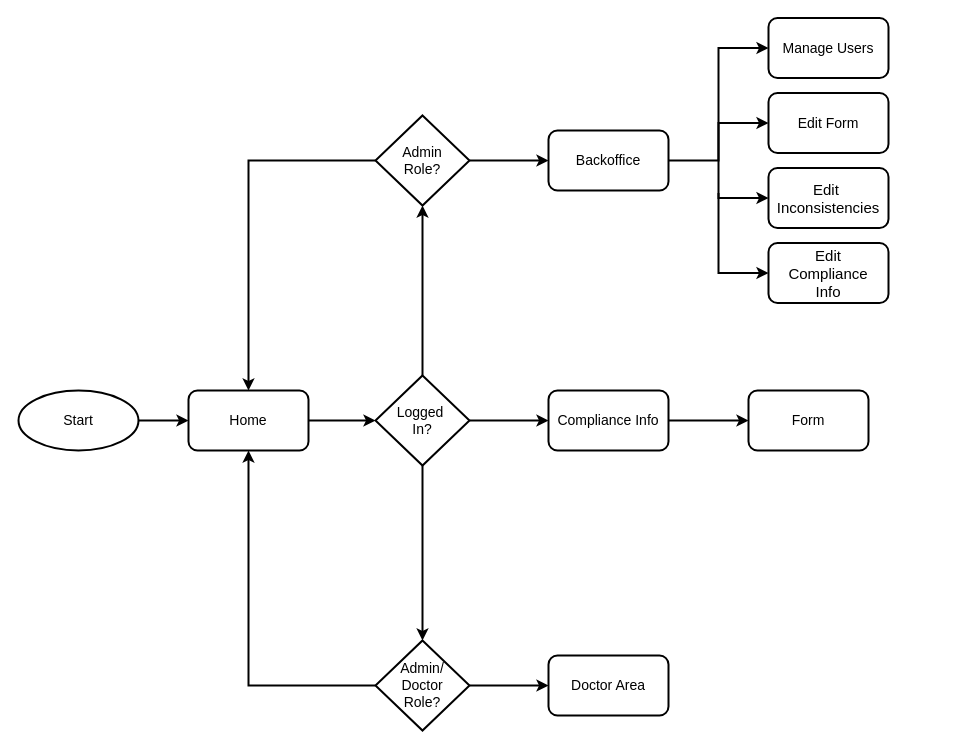
The draw.io diagram docs/report/figures/userNavigation.drawio in dadiva-team/dadiva-ipo, before the edit. Source tidied: cells renumbered, new cells numbered last; positions are measured from the earlier drawing's top-left corner, leaving out a move shared by most shapes. Both pictures are drawn from the tidied source at 100%, with x=0, y=0 at pixel (18, 18).
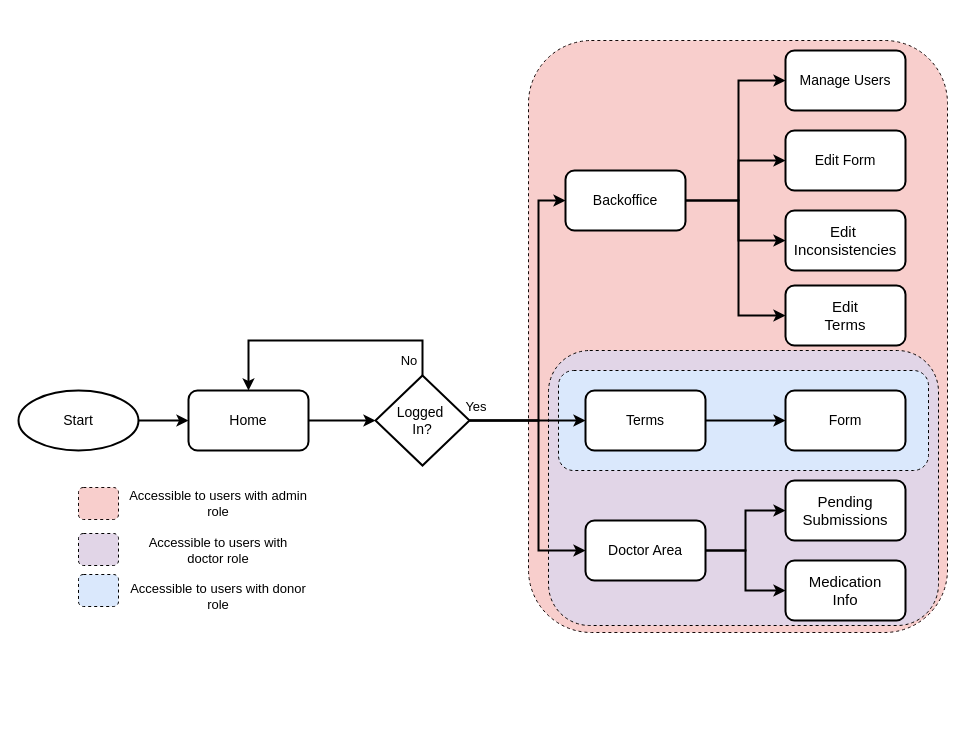
The same diagram, later.

Unchanged cells that the change refers to:
```xml
<mxCell id="5" value="&lt;font style=&quot;font-size: 14px;&quot;&gt;Home&lt;/font&gt;" style="rounded=1;whiteSpace=wrap;html=1;strokeWidth=2;" parent="1" vertex="1">
  <mxGeometry x="170" y="372" width="120" height="60" as="geometry" />
</mxCell>
<mxCell id="9" value="&lt;font style=&quot;font-size: 14px;&quot;&gt;Logged&amp;nbsp;&lt;/font&gt;&lt;div style=&quot;font-size: 14px;&quot;&gt;&lt;font style=&quot;font-size: 14px;&quot;&gt;In?&lt;/font&gt;&lt;/div&gt;" style="rhombus;whiteSpace=wrap;html=1;strokeWidth=2;" parent="1" vertex="1">
  <mxGeometry x="357" y="357" width="94" height="90" as="geometry" />
</mxCell>
```

Diff of the diagram source:
```diff
@@
+    <mxCell id="28" style="rounded=1;whiteSpace=wrap;html=1;fillColor=#f8cecc;strokeColor=#140909;dashed=1;" parent="1" vertex="1">
+      <mxGeometry x="510" y="22" width="419" height="592" as="geometry" />
+    </mxCell>
+    <mxCell id="29" style="rounded=1;whiteSpace=wrap;html=1;fillColor=#e1d5e7;strokeColor=#000000;dashed=1;" parent="1" vertex="1">
+      <mxGeometry x="530" y="332" width="390" height="275" as="geometry" />
+    </mxCell>
+    <mxCell id="30" style="rounded=1;whiteSpace=wrap;html=1;fillColor=#dae8fc;strokeColor=#000000;dashed=1;" parent="1" vertex="1">
+      <mxGeometry x="540" y="352" width="370" height="100" as="geometry" />
+    </mxCell>
@@
-    <mxCell id="7" style="edgeStyle=orthogonalEdgeStyle;rounded=0;jettySize=auto;html=1;exitX=0.5;exitY=0;exitDx=0;exitDy=0;entryX=0.5;entryY=1;entryDx=0;entryDy=0;strokeWidth=2;" parent="1" edge="1" source="9" target="17">
-      <mxGeometry relative="1" as="geometry" />
-    </mxCell>
-    <mxCell id="8" style="edgeStyle=orthogonalEdgeStyle;rounded=0;jettySize=auto;html=1;exitX=0.5;exitY=1;exitDx=0;exitDy=0;entryX=0.5;entryY=0;entryDx=0;entryDy=0;strokeWidth=2;" parent="1" edge="1" source="9" target="20">
-      <mxGeometry relative="1" as="geometry" />
-    </mxCell>
+    <mxCell id="31" style="edgeStyle=orthogonalEdgeStyle;rounded=0;jettySize=auto;html=1;exitX=0.5;exitY=0;exitDx=0;exitDy=0;entryX=0.5;entryY=0;entryDx=0;entryDy=0;strokeWidth=2;" parent="1" edge="1" source="9" target="5">
+      <mxGeometry relative="1" as="geometry">
+        <Array as="points">
+          <mxPoint x="404" y="322" />
+          <mxPoint x="230" y="322" />
+        </Array>
+      </mxGeometry>
+    </mxCell>
+    <mxCell id="32" style="edgeStyle=orthogonalEdgeStyle;rounded=0;jettySize=auto;html=1;exitX=1;exitY=0.5;exitDx=0;exitDy=0;entryX=0;entryY=0.5;entryDx=0;entryDy=0;strokeWidth=2;" parent="1" edge="1" source="9" target="13">
+      <mxGeometry relative="1" as="geometry">
+        <Array as="points">
+          <mxPoint x="520" y="402" />
+          <mxPoint x="520" y="182" />
+        </Array>
+      </mxGeometry>
+    </mxCell>
+    <mxCell id="33" style="edgeStyle=orthogonalEdgeStyle;rounded=0;jettySize=auto;html=1;exitX=1;exitY=0.5;exitDx=0;exitDy=0;entryX=0;entryY=0.5;entryDx=0;entryDy=0;strokeWidth=2;" parent="1" edge="1" source="9" target="14">
+      <mxGeometry relative="1" as="geometry">
+        <Array as="points">
+          <mxPoint x="520" y="402" />
+          <mxPoint x="520" y="532" />
+        </Array>
+      </mxGeometry>
+    </mxCell>
@@
-    <mxCell id="11" value="&lt;font style=&quot;font-size: 14px;&quot;&gt;Compliance Info&lt;/font&gt;" style="rounded=1;whiteSpace=wrap;html=1;strokeWidth=2;" parent="1" vertex="1">
-      <mxGeometry x="530" y="372" width="120" height="60" as="geometry" />
+    <mxCell id="11" value="&lt;font style=&quot;font-size: 14px;&quot;&gt;Terms&lt;/font&gt;" style="rounded=1;whiteSpace=wrap;html=1;strokeWidth=2;" parent="1" vertex="1">
+      <mxGeometry x="567" y="372" width="120" height="60" as="geometry" />
     </mxCell>
     <mxCell id="12" style="edgeStyle=orthogonalEdgeStyle;rounded=0;jettySize=auto;html=1;exitX=1;exitY=0.5;exitDx=0;exitDy=0;entryX=0;entryY=0.5;entryDx=0;entryDy=0;strokeWidth=2;" parent="1" edge="1" source="13" target="21">
-      <mxGeometry relative="1" as="geometry" />
+      <mxGeometry relative="1" as="geometry">
+        <Array as="points">
+          <mxPoint x="720" y="182" />
+          <mxPoint x="720" y="142" />
+        </Array>
+      </mxGeometry>
     </mxCell>
     <mxCell id="13" value="&lt;font style=&quot;font-size: 14px;&quot;&gt;Backoffice&lt;/font&gt;" style="rounded=1;whiteSpace=wrap;html=1;strokeWidth=2;" parent="1" vertex="1">
-      <mxGeometry x="530" y="112" width="120" height="60" as="geometry" />
+      <mxGeometry x="547" y="152" width="120" height="60" as="geometry" />
     </mxCell>
+    <mxCell id="34" style="edgeStyle=orthogonalEdgeStyle;rounded=0;jettySize=auto;html=1;exitX=1;exitY=0.5;exitDx=0;exitDy=0;entryX=0;entryY=0.5;entryDx=0;entryDy=0;strokeWidth=2;" parent="1" edge="1" source="14" target="36">
+      <mxGeometry relative="1" as="geometry" />
+    </mxCell>
+    <mxCell id="35" style="edgeStyle=orthogonalEdgeStyle;rounded=0;jettySize=auto;html=1;exitX=1;exitY=0.5;exitDx=0;exitDy=0;strokeWidth=2;" parent="1" edge="1" source="14" target="37">
+      <mxGeometry relative="1" as="geometry" />
+    </mxCell>
     <mxCell id="14" value="&lt;font style=&quot;font-size: 14px;&quot;&gt;Doctor Area&lt;/font&gt;" style="rounded=1;whiteSpace=wrap;html=1;strokeWidth=2;" parent="1" vertex="1">
-      <mxGeometry x="530" y="637" width="120" height="60" as="geometry" />
+      <mxGeometry x="567" y="502" width="120" height="60" as="geometry" />
     </mxCell>
-    <mxCell id="15" style="edgeStyle=orthogonalEdgeStyle;rounded=0;jettySize=auto;html=1;exitX=1;exitY=0.5;exitDx=0;exitDy=0;entryX=0;entryY=0.5;entryDx=0;entryDy=0;strokeWidth=2;" parent="1" edge="1" source="17" target="13">
-      <mxGeometry relative="1" as="geometry" />
-    </mxCell>
-    <mxCell id="16" style="edgeStyle=orthogonalEdgeStyle;rounded=0;jettySize=auto;html=1;exitX=0;exitY=0.5;exitDx=0;exitDy=0;entryX=0.5;entryY=0;entryDx=0;entryDy=0;strokeWidth=2;" parent="1" edge="1" source="17" target="5">
-      <mxGeometry relative="1" as="geometry" />
-    </mxCell>
-    <mxCell id="17" value="&lt;font style=&quot;font-size: 14px;&quot;&gt;Admin&lt;/font&gt;&lt;div style=&quot;font-size: 14px;&quot;&gt;&lt;font style=&quot;font-size: 14px;&quot;&gt;Role?&lt;/font&gt;&lt;/div&gt;" style="rhombus;whiteSpace=wrap;html=1;strokeWidth=2;" parent="1" vertex="1">
-      <mxGeometry x="357" y="97" width="94" height="90" as="geometry" />
-    </mxCell>
-    <mxCell id="18" style="edgeStyle=orthogonalEdgeStyle;rounded=0;jettySize=auto;html=1;exitX=1;exitY=0.5;exitDx=0;exitDy=0;entryX=0;entryY=0.5;entryDx=0;entryDy=0;strokeWidth=2;" parent="1" edge="1" source="20" target="14">
-      <mxGeometry relative="1" as="geometry" />
-    </mxCell>
-    <mxCell id="19" style="edgeStyle=orthogonalEdgeStyle;rounded=0;jettySize=auto;html=1;exitX=0;exitY=0.5;exitDx=0;exitDy=0;entryX=0.5;entryY=1;entryDx=0;entryDy=0;strokeWidth=2;" parent="1" edge="1" source="20" target="5">
-      <mxGeometry relative="1" as="geometry" />
-    </mxCell>
-    <mxCell id="20" value="&lt;font style=&quot;font-size: 14px;&quot;&gt;Admin/&lt;/font&gt;&lt;div style=&quot;font-size: 14px;&quot;&gt;&lt;font style=&quot;font-size: 14px;&quot;&gt;Doctor&lt;br&gt;&lt;/font&gt;&lt;div style=&quot;&quot;&gt;&lt;font style=&quot;font-size: 14px;&quot;&gt;Role?&lt;/font&gt;&lt;/div&gt;&lt;/div&gt;" style="rhombus;whiteSpace=wrap;html=1;strokeWidth=2;" parent="1" vertex="1">
-      <mxGeometry x="357" y="622" width="94" height="90" as="geometry" />
-    </mxCell>
     <mxCell id="21" value="&lt;font style=&quot;font-size: 14px;&quot;&gt;Edit Form&lt;/font&gt;" style="rounded=1;whiteSpace=wrap;html=1;strokeWidth=2;" parent="1" vertex="1">
-      <mxGeometry x="750" y="74.5" width="120" height="60" as="geometry" />
+      <mxGeometry x="767" y="112" width="120" height="60" as="geometry" />
     </mxCell>
     <mxCell id="22" value="&lt;font style=&quot;font-size: 15px;&quot;&gt;Edit&amp;nbsp;&lt;/font&gt;&lt;div style=&quot;font-size: 15px;&quot;&gt;&lt;font style=&quot;font-size: 15px;&quot;&gt;Inconsistencies&lt;/font&gt;&lt;/div&gt;" style="rounded=1;whiteSpace=wrap;html=1;strokeWidth=2;" parent="1" vertex="1">
-      <mxGeometry x="750" y="149.5" width="120" height="60" as="geometry" />
+      <mxGeometry x="767" y="192" width="120" height="60" as="geometry" />
     </mxCell>
     <mxCell id="23" value="&lt;font style=&quot;font-size: 14px;&quot;&gt;Manage Users&lt;/font&gt;" style="rounded=1;whiteSpace=wrap;html=1;strokeWidth=2;" parent="1" vertex="1">
-      <mxGeometry x="750" y="-0.5" width="120" height="60" as="geometry" />
+      <mxGeometry x="767" y="32" width="120" height="60" as="geometry" />
     </mxCell>
     <mxCell id="24" style="endArrow=classic;startArrow=classic;html=1;rounded=0;edgeStyle=orthogonalEdgeStyle;entryX=0;entryY=0.5;entryDx=0;entryDy=0;exitX=0;exitY=0.5;exitDx=0;exitDy=0;strokeWidth=2;" parent="1" edge="1" source="22" target="23">
       <mxGeometry relative="1" as="geometry">
         <Array as="points">
-          <mxPoint x="700" y="179.5" />
-          <mxPoint x="700" y="29.5" />
+          <mxPoint x="720" y="222" />
+          <mxPoint x="720" y="62" />
         </Array>
       </mxGeometry>
     </mxCell>
     <mxCell id="25" value="&lt;font style=&quot;font-size: 14px;&quot;&gt;Form&lt;/font&gt;" style="rounded=1;whiteSpace=wrap;html=1;strokeWidth=2;" parent="1" vertex="1">
-      <mxGeometry x="730" y="372" width="120" height="60" as="geometry" />
+      <mxGeometry x="767" y="372" width="120" height="60" as="geometry" />
     </mxCell>
-    <mxCell id="26" value="&lt;span style=&quot;font-size: 15px;&quot;&gt;Edit&lt;/span&gt;&lt;div&gt;&lt;span style=&quot;font-size: 15px;&quot;&gt;Compliance&lt;/span&gt;&lt;/div&gt;&lt;div&gt;&lt;span style=&quot;font-size: 15px;&quot;&gt;Info&lt;/span&gt;&lt;/div&gt;" style="rounded=1;whiteSpace=wrap;html=1;strokeWidth=2;" parent="1" vertex="1">
-      <mxGeometry x="750" y="224.5" width="120" height="60" as="geometry" />
+    <mxCell id="26" value="&lt;span style=&quot;font-size: 15px;&quot;&gt;Edit&lt;/span&gt;&lt;div&gt;&lt;span style=&quot;font-size: 15px;&quot;&gt;Terms&lt;/span&gt;&lt;/div&gt;" style="rounded=1;whiteSpace=wrap;html=1;strokeWidth=2;" parent="1" vertex="1">
+      <mxGeometry x="767" y="267" width="120" height="60" as="geometry" />
     </mxCell>
-    <mxCell id="27" style="endArrow=classic;html=1;rounded=0;strokeWidth=2;entryX=0;entryY=0.5;entryDx=0;entryDy=0;" parent="1" edge="1" target="26">
+    <mxCell id="27" style="endArrow=classic;html=1;rounded=0;strokeWidth=2;entryX=0;entryY=0.5;entryDx=0;entryDy=0;exitX=1;exitY=0.5;exitDx=0;exitDy=0;edgeStyle=orthogonalEdgeStyle;" parent="1" edge="1" source="13" target="26">
       <mxGeometry relative="1" as="geometry">
-        <mxPoint x="700" y="174.5" as="sourcePoint" />
         <Array as="points">
-          <mxPoint x="700" y="254.5" />
+          <mxPoint x="720" y="182" />
+          <mxPoint x="720" y="297" />
         </Array>
       </mxGeometry>
     </mxCell>
+    <mxCell id="36" value="&lt;span style=&quot;font-size: 15px;&quot;&gt;Pending&lt;/span&gt;&lt;div&gt;&lt;span style=&quot;font-size: 15px;&quot;&gt;Submissions&lt;/span&gt;&lt;/div&gt;" style="rounded=1;whiteSpace=wrap;html=1;strokeWidth=2;" parent="1" vertex="1">
+      <mxGeometry x="767" y="462" width="120" height="60" as="geometry" />
+    </mxCell>
+    <mxCell id="37" value="&lt;span style=&quot;font-size: 15px;&quot;&gt;Medication&lt;/span&gt;&lt;div&gt;&lt;span style=&quot;font-size: 15px;&quot;&gt;Info&lt;/span&gt;&lt;/div&gt;" style="rounded=1;whiteSpace=wrap;html=1;strokeWidth=2;" parent="1" vertex="1">
+      <mxGeometry x="767" y="542" width="120" height="60" as="geometry" />
+    </mxCell>
+    <mxCell id="38" value="&lt;font style=&quot;font-size: 13px;&quot;&gt;Yes&lt;/font&gt;" style="text;html=1;align=center;verticalAlign=middle;whiteSpace=wrap;rounded=0;" parent="1" vertex="1">
+      <mxGeometry x="443" y="378" width="30" height="20" as="geometry" />
+    </mxCell>
+    <mxCell id="39" value="&lt;font style=&quot;font-size: 13px;&quot;&gt;No&lt;/font&gt;" style="text;html=1;align=center;verticalAlign=middle;whiteSpace=wrap;rounded=0;" parent="1" vertex="1">
+      <mxGeometry x="378" y="327" width="26" height="30" as="geometry" />
+    </mxCell>
+    <mxCell id="40" style="rounded=1;whiteSpace=wrap;html=1;fillColor=#f8cecc;strokeColor=#140909;dashed=1;" parent="1" vertex="1">
+      <mxGeometry x="60" y="469" width="40" height="32" as="geometry" />
+    </mxCell>
+    <mxCell id="41" value="&lt;font style=&quot;font-size: 13px;&quot;&gt;Accessible to users with admin role&lt;/font&gt;" style="text;html=1;align=center;verticalAlign=middle;whiteSpace=wrap;rounded=0;" parent="1" vertex="1">
+      <mxGeometry x="110" y="470" width="180" height="30" as="geometry" />
+    </mxCell>
+    <mxCell id="42" value="&lt;font style=&quot;font-size: 13px;&quot;&gt;Accessible to users with doctor role&lt;/font&gt;" style="text;html=1;align=center;verticalAlign=middle;whiteSpace=wrap;rounded=0;" parent="1" vertex="1">
+      <mxGeometry x="110" y="517" width="180" height="30" as="geometry" />
+    </mxCell>
+    <mxCell id="43" value="&lt;font style=&quot;font-size: 13px;&quot;&gt;Accessible to users with donor role&lt;/font&gt;" style="text;html=1;align=center;verticalAlign=middle;whiteSpace=wrap;rounded=0;" parent="1" vertex="1">
+      <mxGeometry x="110" y="563" width="180" height="30" as="geometry" />
+    </mxCell>
+    <mxCell id="44" style="rounded=1;whiteSpace=wrap;html=1;fillColor=#dae8fc;strokeColor=#000000;dashed=1;" parent="1" vertex="1">
+      <mxGeometry x="60" y="556" width="40" height="32" as="geometry" />
+    </mxCell>
+    <mxCell id="45" style="rounded=1;whiteSpace=wrap;html=1;fillColor=#e1d5e7;strokeColor=#000000;dashed=1;" parent="1" vertex="1">
+      <mxGeometry x="60" y="515" width="40" height="32" as="geometry" />
+    </mxCell>
```
